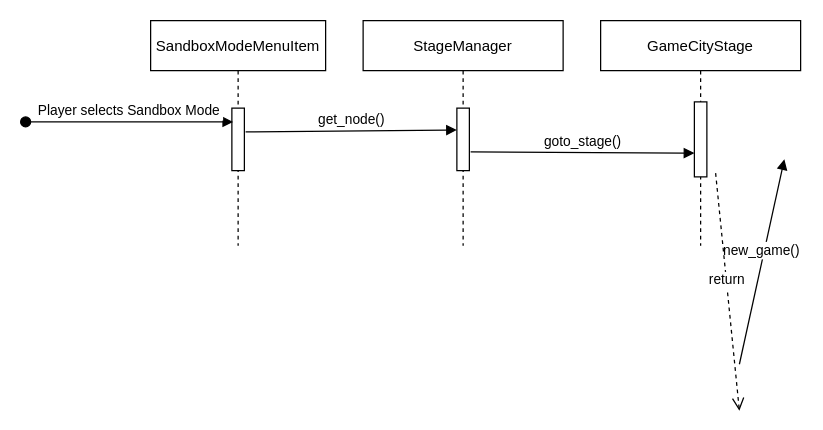
Earlier version of the draw.io diagram docs/diagrams/main_menu_sandbox_mode_sequence.drawio (gaudeon/interstice_fall_of_atlas). Source tidied: cells renumbered, new cells numbered last; positions are measured from the earlier drawing's top-left corner, leaving out a move shared by most shapes. Both pictures are drawn from the tidied source at 125%, with x=0, y=0 at pixel (25, 20).
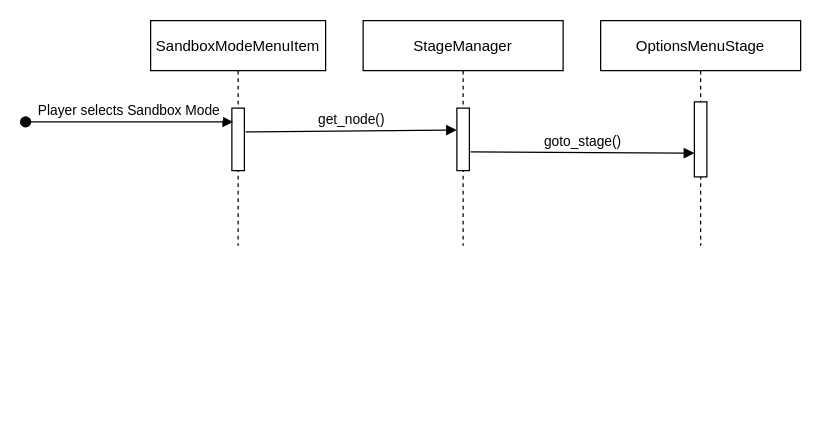
After the change.

Commit message (it also covers changes not shown here):
added basic options and statistics sequence diagrams

Change to the diagram source:
```diff
@@
 <mxGraphModel>
   <root>
     <mxCell id="0" />
     <mxCell id="1" parent="0" />
     <mxCell id="2" value="SandboxModeMenuItem" style="shape=umlLifeline;perimeter=lifelinePerimeter;rounded=0;shadow=0;strokeWidth=1;" parent="1" vertex="1">
       <mxGeometry x="100" width="140" height="180" as="geometry" />
     </mxCell>
     <mxCell id="3" style="points=[];perimeter=orthogonalPerimeter;rounded=0;shadow=0;strokeWidth=1;" parent="2" vertex="1">
       <mxGeometry x="65" y="70" width="10" height="50" as="geometry" />
     </mxCell>
     <mxCell id="4" value="Player selects Sandbox Mode" style="verticalAlign=bottom;startArrow=oval;endArrow=block;startSize=8;shadow=0;strokeWidth=1;entryX=0.1;entryY=0.22;entryDx=0;entryDy=0;entryPerimeter=0;" parent="2" edge="1" target="3">
       <mxGeometry relative="1" as="geometry">
         <mxPoint x="-100" y="81" as="sourcePoint" />
       </mxGeometry>
     </mxCell>
-    <mxCell id="5" value="new_game()" style="verticalAlign=bottom;endArrow=block;shadow=0;strokeWidth=1;exitX=1.1;exitY=0.081;exitDx=0;exitDy=0;exitPerimeter=0;entryX=0.2;entryY=0.088;entryDx=0;entryDy=0;entryPerimeter=0;" parent="1" edge="1">
-      <mxGeometry relative="1" as="geometry">
-        <mxPoint x="571" y="274.9" as="sourcePoint" />
-        <mxPoint x="607" y="110.9" as="targetPoint" />
-      </mxGeometry>
-    </mxCell>
-    <mxCell id="6" value="return" style="verticalAlign=bottom;endArrow=open;dashed=1;endSize=8;shadow=0;strokeWidth=1;entryX=1.1;entryY=0.7;entryDx=0;entryDy=0;entryPerimeter=0;exitX=-0.2;exitY=0.683;exitDx=0;exitDy=0;exitPerimeter=0;" parent="1" edge="1">
-      <mxGeometry relative="1" as="geometry">
-        <mxPoint x="552" y="122" as="sourcePoint" />
-        <mxPoint x="571" y="312" as="targetPoint" />
-      </mxGeometry>
-    </mxCell>
     <mxCell id="7" value="StageManager" style="shape=umlLifeline;perimeter=lifelinePerimeter;rounded=0;shadow=0;strokeWidth=1;" parent="1" vertex="1">
       <mxGeometry x="270" width="160" height="180" as="geometry" />
     </mxCell>
     <mxCell id="8" style="points=[];perimeter=orthogonalPerimeter;rounded=0;shadow=0;strokeWidth=1;" parent="7" vertex="1">
       <mxGeometry x="75" y="70" width="10" height="50" as="geometry" />
     </mxCell>
     <mxCell id="9" value="get_node()" style="verticalAlign=bottom;endArrow=block;shadow=0;strokeWidth=1;entryX=0;entryY=0.35;entryDx=0;entryDy=0;entryPerimeter=0;exitX=1.1;exitY=0.38;exitDx=0;exitDy=0;exitPerimeter=0;" parent="1" edge="1" source="3" target="8">
       <mxGeometry relative="1" as="geometry" />
     </mxCell>
-    <mxCell id="10" value="GameCityStage" style="shape=umlLifeline;perimeter=lifelinePerimeter;rounded=0;shadow=0;strokeWidth=1;" parent="1" vertex="1">
+    <mxCell id="10" value="OptionsMenuStage" style="shape=umlLifeline;perimeter=lifelinePerimeter;rounded=0;shadow=0;strokeWidth=1;" parent="1" vertex="1">
       <mxGeometry x="460" width="160" height="180" as="geometry" />
     </mxCell>
     <mxCell id="11" style="points=[];perimeter=orthogonalPerimeter;rounded=0;shadow=0;strokeWidth=1;" parent="10" vertex="1">
       <mxGeometry x="75" y="65" width="10" height="60" as="geometry" />
     </mxCell>
     <mxCell id="12" value="goto_stage()" style="verticalAlign=bottom;endArrow=block;shadow=0;strokeWidth=1;exitX=1.1;exitY=0.7;exitDx=0;exitDy=0;exitPerimeter=0;entryX=0;entryY=0.683;entryDx=0;entryDy=0;entryPerimeter=0;" parent="1" edge="1" source="8" target="11">
       <mxGeometry relative="1" as="geometry" />
     </mxCell>
   </root>
 </mxGraphModel>
```
